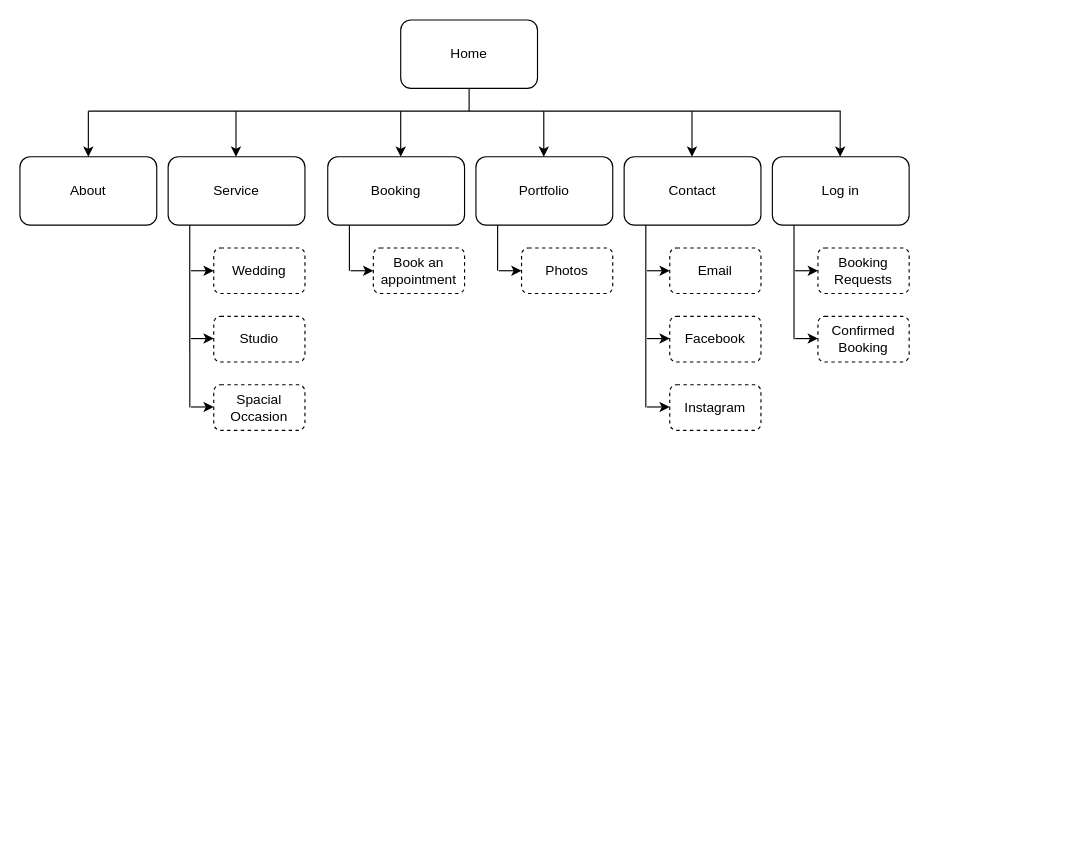
PattSuk/AvaMakeup keeps this draw.io diagram as Untitled Diagram.drawio. Above is the earlier version. Source tidied: cells renumbered, new cells numbered last; positions are measured from the earlier drawing's top-left corner, leaving out a move shared by most shapes. Both pictures are drawn from the tidied source at 114%, with x=0, y=0 at pixel (19, 19).
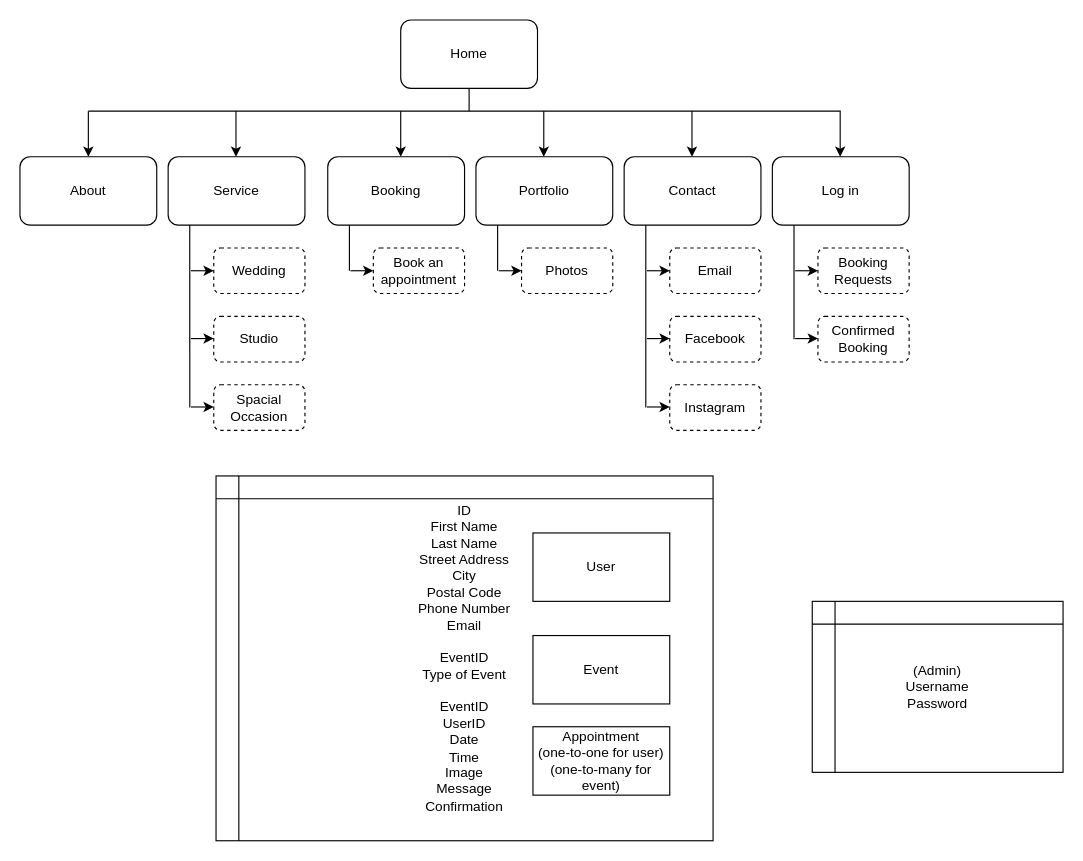
After the change.

What changed in the source:
```diff
@@
+    <mxCell id="42" value="ID&lt;br&gt;First Name&lt;br&gt;Last Name&lt;br&gt;Street Address&lt;br&gt;City&lt;br&gt;Postal Code&lt;br&gt;Phone Number&lt;br&gt;Email&lt;br&gt;&lt;br&gt;EventID&lt;br&gt;Type of Event&lt;br&gt;&lt;br&gt;EventID&lt;br&gt;UserID&lt;br&gt;Date&lt;br&gt;Time&lt;br&gt;Image&lt;br&gt;Message&lt;br&gt;Confirmation" style="shape=internalStorage;whiteSpace=wrap;html=1;backgroundOutline=1;align=center;" parent="1" vertex="1">
+      <mxGeometry x="172" y="400" width="436" height="320" as="geometry" />
+    </mxCell>
+    <mxCell id="43" value="User" style="whiteSpace=wrap;html=1;" parent="1" vertex="1">
+      <mxGeometry x="450" y="450" width="120" height="60" as="geometry" />
+    </mxCell>
+    <mxCell id="44" value="Event" style="whiteSpace=wrap;html=1;" parent="1" vertex="1">
+      <mxGeometry x="450" y="540" width="120" height="60" as="geometry" />
+    </mxCell>
+    <mxCell id="45" value="Appointment&lt;br&gt;(one-to-one for user)&lt;br&gt;(one-to-many for event)" style="whiteSpace=wrap;html=1;" parent="1" vertex="1">
+      <mxGeometry x="450" y="620" width="120" height="60" as="geometry" />
+    </mxCell>
+    <mxCell id="46" value="(Admin)&lt;br&gt;Username&lt;br&gt;Password" style="shape=internalStorage;whiteSpace=wrap;html=1;backgroundOutline=1;" parent="1" vertex="1">
+      <mxGeometry x="695" y="510" width="220" height="150" as="geometry" />
+    </mxCell>
```
